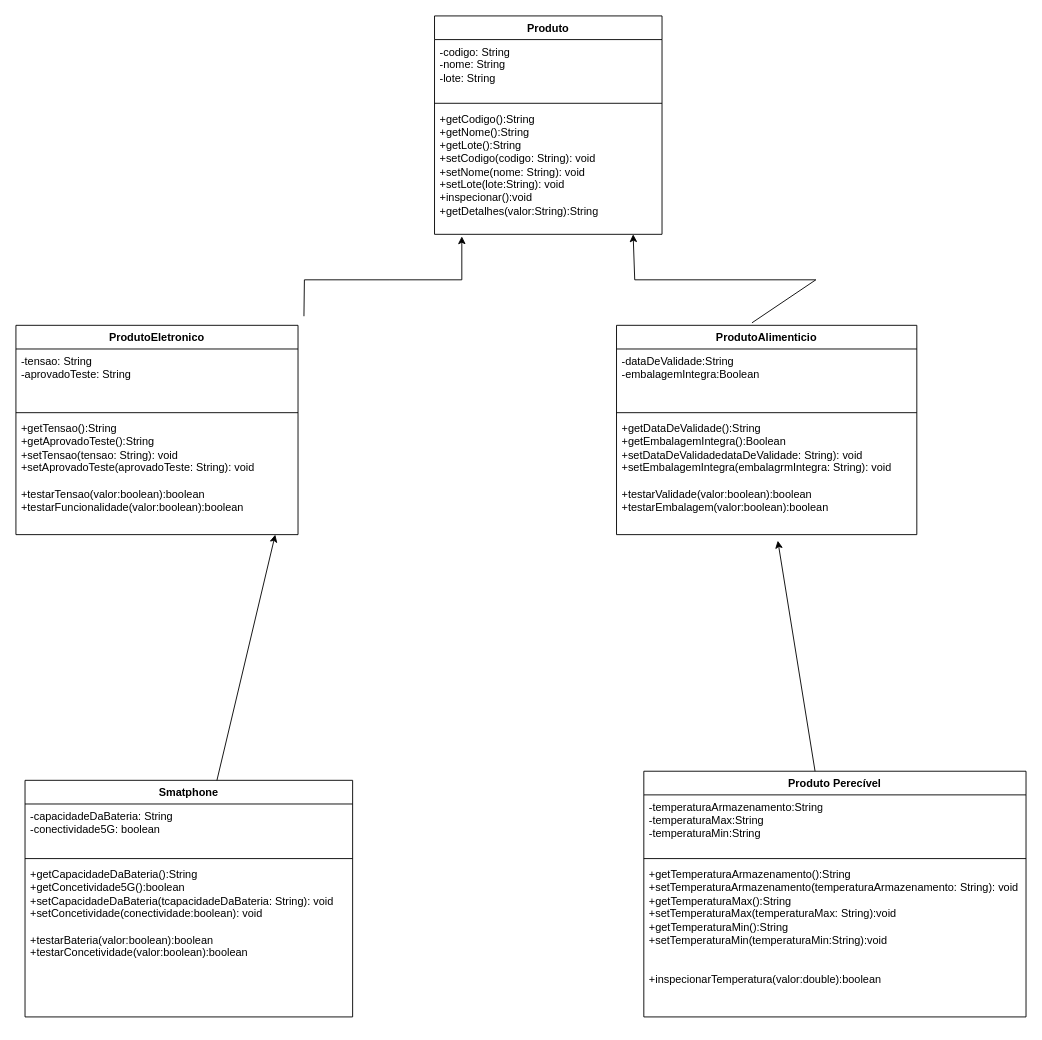
This is Projeto/Diagrama grupo 3.drawio from TatianaGSilva7/sistema-de-controle-de-qualidade-de-producao, a draw.io file, before an edit. Source tidied: cells renumbered, new cells numbered last; positions are measured from the earlier drawing's top-left corner, leaving out a move shared by most shapes. Both pictures are drawn from the tidied source at 91%, with x=0, y=0 at pixel (15, 15).
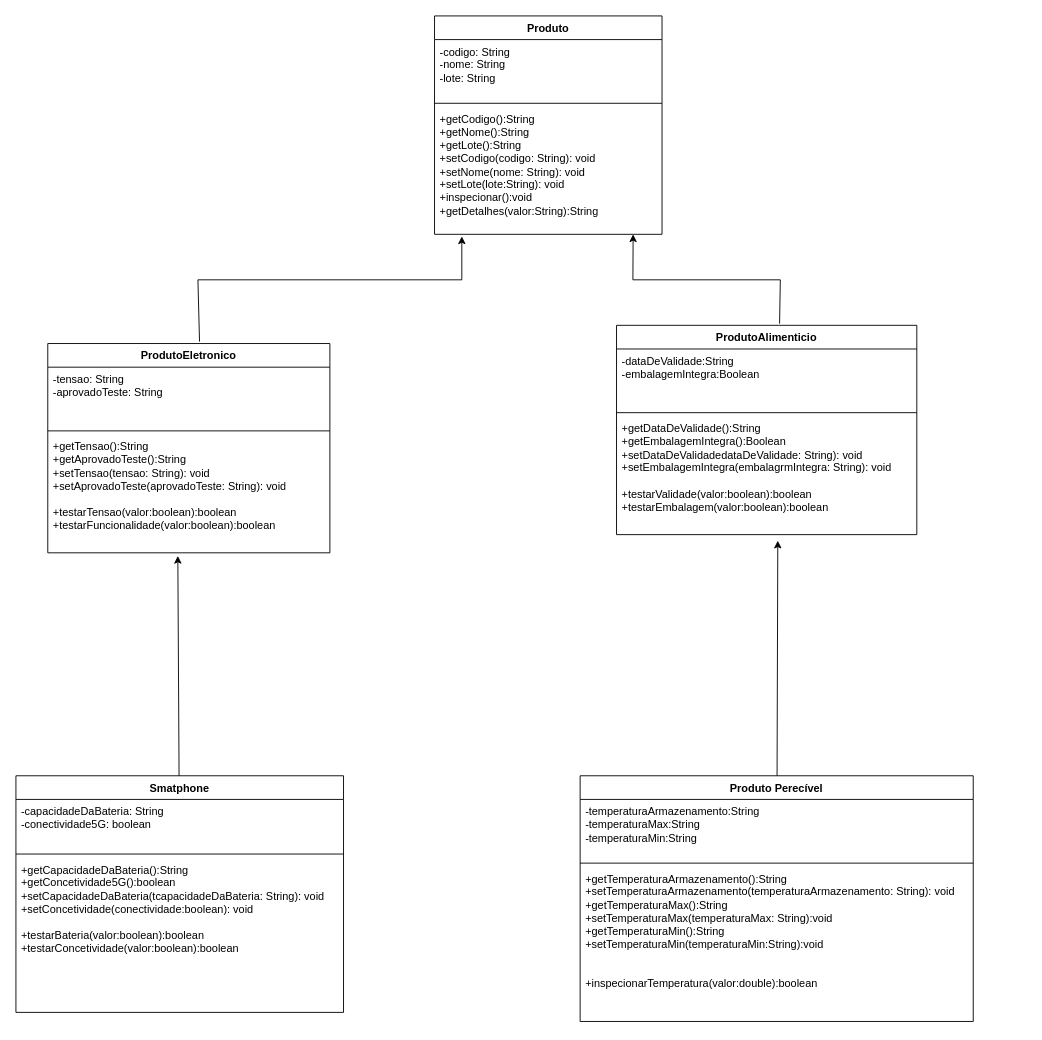
The same page after the edit.

Commit message:
Atualizada a UML

Unchanged cells that the change refers to:
```xml
<mxCell id="5" value="+getCodigo():String&lt;div&gt;+getNome():String&lt;/div&gt;&lt;div&gt;+getLote():String&lt;/div&gt;&lt;div&gt;+setCodigo(codigo: String): void&lt;/div&gt;&lt;div&gt;+setNome(nome: String): void&lt;/div&gt;&lt;div&gt;+setLote(lote:String): void&lt;/div&gt;&lt;div&gt;+inspecionar():void&lt;/div&gt;&lt;div&gt;&lt;span style=&quot;background-color: transparent; color: light-dark(rgb(0, 0, 0), rgb(255, 255, 255));&quot;&gt;+getDetalhes(valor:String):String&lt;/span&gt;&lt;/div&gt;&lt;div&gt;&lt;br&gt;&lt;/div&gt;" style="text;strokeColor=none;fillColor=none;align=left;verticalAlign=top;spacingLeft=4;spacingRight=4;overflow=hidden;points=[[0,0.5],[1,0.5]];portConstraint=eastwest;whiteSpace=wrap;html=1;" parent="2" vertex="1">
  <mxGeometry y="100" width="250" height="140" as="geometry" />
</mxCell>
<mxCell id="9" value="+getTensao():String&lt;div&gt;+getAprovadoTeste():String&lt;/div&gt;&lt;div&gt;&lt;span style=&quot;background-color: transparent; color: light-dark(rgb(0, 0, 0), rgb(255, 255, 255));&quot;&gt;+setTensao(tensao: String): void&lt;/span&gt;&lt;/div&gt;&lt;div&gt;&lt;div&gt;&lt;span style=&quot;background-color: transparent; color: light-dark(rgb(0, 0, 0), rgb(255, 255, 255));&quot;&gt;+setAprovadoTeste(aprovadoTeste: String): void&lt;/span&gt;&lt;/div&gt;&lt;div&gt;&lt;br&gt;&lt;/div&gt;&lt;/div&gt;&lt;div&gt;+testarTensao(valor:boolean):boolean&lt;/div&gt;&lt;div&gt;+testarFuncionalidade(valor:boolean):boolean&lt;/div&gt;&lt;div&gt;&lt;br&gt;&lt;/div&gt;&lt;div&gt;&lt;br&gt;&lt;/div&gt;" style="text;strokeColor=none;fillColor=none;align=left;verticalAlign=top;spacingLeft=4;spacingRight=4;overflow=hidden;points=[[0,0.5],[1,0.5]];portConstraint=eastwest;whiteSpace=wrap;html=1;" parent="6" vertex="1">
  <mxGeometry y="100" width="310" height="130" as="geometry" />
</mxCell>
<mxCell id="10" value="ProdutoAlimenticio" style="swimlane;fontStyle=1;align=center;verticalAlign=top;horizontal=1;startSize=26;whiteSpace=wrap;html=1;" parent="1" vertex="1">
  <mxGeometry x="660" y="340" width="330" height="230" as="geometry" />
</mxCell>
```

What changed in the source:
```diff
@@
     <mxCell id="6" value="ProdutoEletronico" style="swimlane;fontStyle=1;align=center;verticalAlign=top;horizontal=1;startSize=26;whiteSpace=wrap;html=1;" parent="1" vertex="1">
-      <mxGeometry y="340" width="310" height="230" as="geometry" />
+      <mxGeometry x="35" y="360" width="310" height="230" as="geometry" />
     </mxCell>
@@
-    <mxCell id="14" style="endArrow=classic;html=1;rounded=0;exitX=0.466;exitY=-0.016;exitDx=0;exitDy=0;exitPerimeter=0;entryX=0.12;entryY=1.016;entryDx=0;entryDy=0;entryPerimeter=0;" parent="1" edge="1" target="5">
+    <mxCell id="14" style="endArrow=classic;html=1;rounded=0;exitX=0.538;exitY=-0.009;exitDx=0;exitDy=0;entryX=0.12;entryY=1.016;entryDx=0;entryDy=0;entryPerimeter=0;exitPerimeter=0;" parent="1" edge="1" source="6" target="5">
       <mxGeometry relative="1" as="geometry">
-        <mxPoint x="316.5" y="330" as="sourcePoint" />
         <Array as="points">
-          <mxPoint x="317" y="290" />
+          <mxPoint x="200" y="290" />
           <mxPoint x="410" y="290" />
           <mxPoint x="490" y="290" />
         </Array>
       </mxGeometry>
     </mxCell>
-    <mxCell id="15" style="endArrow=classic;html=1;rounded=0;exitX=0.451;exitY=-0.012;exitDx=0;exitDy=0;exitPerimeter=0;entryX=0.873;entryY=1;entryDx=0;entryDy=0;entryPerimeter=0;" parent="1" edge="1" source="10" target="5">
+    <mxCell id="15" style="endArrow=classic;html=1;rounded=0;exitX=0.543;exitY=-0.008;exitDx=0;exitDy=0;exitPerimeter=0;entryX=0.873;entryY=1;entryDx=0;entryDy=0;entryPerimeter=0;" parent="1" edge="1" source="10" target="5">
       <mxGeometry relative="1" as="geometry">
         <Array as="points">
-          <mxPoint x="879" y="290" />
-          <mxPoint x="680" y="290" />
+          <mxPoint x="840" y="290" />
+          <mxPoint x="810" y="290" />
+          <mxPoint x="678" y="290" />
         </Array>
       </mxGeometry>
     </mxCell>
     <mxCell id="16" value="Smatphone" style="swimlane;fontStyle=1;align=center;verticalAlign=top;horizontal=1;startSize=26;whiteSpace=wrap;html=1;" parent="1" vertex="1">
-      <mxGeometry x="10" y="840" width="360" height="260" as="geometry" />
+      <mxGeometry y="835" width="360" height="260" as="geometry" />
     </mxCell>
@@
     <mxCell id="20" value="Produto Perecível" style="swimlane;fontStyle=1;align=center;verticalAlign=top;horizontal=1;startSize=26;whiteSpace=wrap;html=1;" parent="1" vertex="1">
-      <mxGeometry x="690" y="830" width="420" height="270" as="geometry" />
+      <mxGeometry x="620" y="835" width="432" height="270" as="geometry" />
     </mxCell>
     <mxCell id="21" value="&lt;div&gt;-temperaturaArmazenamento:String&lt;/div&gt;&lt;div&gt;-temperaturaMax:String&lt;/div&gt;&lt;div&gt;-temperaturaMin:String&lt;/div&gt;" style="text;strokeColor=none;fillColor=none;align=left;verticalAlign=top;spacingLeft=4;spacingRight=4;overflow=hidden;whiteSpace=wrap;html=1;" parent="20" vertex="1">
-      <mxGeometry y="26" width="420" height="66" as="geometry" />
+      <mxGeometry y="26" width="432" height="66" as="geometry" />
     </mxCell>
     <mxCell id="22" style="line;strokeWidth=1;fillColor=none;align=left;verticalAlign=middle;spacingTop=-1;spacingLeft=3;spacingRight=3;labelPosition=right;strokeColor=inherit;" parent="20" vertex="1">
-      <mxGeometry y="92" width="420" height="8" as="geometry" />
+      <mxGeometry y="92" width="432" height="8" as="geometry" />
     </mxCell>
     <mxCell id="23" value="+getTemperaturaArmazenamento():String&lt;div&gt;&lt;span style=&quot;background-color: transparent; color: light-dark(rgb(0, 0, 0), rgb(255, 255, 255));&quot;&gt;+setTemperaturaArmazenamento(temperaturaArmazenamento: String): void&lt;/span&gt;&lt;/div&gt;&lt;div&gt;&lt;span style=&quot;background-color: transparent; color: light-dark(rgb(0, 0, 0), rgb(255, 255, 255));&quot;&gt;+getTemperaturaMax():String&lt;/span&gt;&lt;/div&gt;&lt;div&gt;&lt;span style=&quot;background-color: transparent; color: light-dark(rgb(0, 0, 0), rgb(255, 255, 255));&quot;&gt;+setTemperaturaMax(temperaturaMax: String):void&lt;/span&gt;&lt;/div&gt;&lt;div&gt;&lt;span style=&quot;background-color: transparent; color: light-dark(rgb(0, 0, 0), rgb(255, 255, 255));&quot;&gt;+getTemperaturaMin():String&lt;/span&gt;&lt;/div&gt;&lt;div&gt;&lt;span style=&quot;background-color: transparent; color: light-dark(rgb(0, 0, 0), rgb(255, 255, 255));&quot;&gt;+setTemperaturaMin(temperaturaMin:String):void&lt;/span&gt;&lt;/div&gt;&lt;div&gt;&lt;div&gt;&lt;br&gt;&lt;/div&gt;&lt;div&gt;&lt;br&gt;&lt;/div&gt;&lt;/div&gt;&lt;div&gt;+inspecionarTemperatura(valor:double):boolean&lt;/div&gt;&lt;div&gt;&lt;br&gt;&lt;/div&gt;&lt;div&gt;&lt;br&gt;&lt;/div&gt;&lt;div&gt;&lt;br&gt;&lt;/div&gt;" style="text;strokeColor=none;fillColor=none;align=left;verticalAlign=top;spacingLeft=4;spacingRight=4;overflow=hidden;whiteSpace=wrap;html=1;" parent="20" vertex="1">
-      <mxGeometry y="100" width="420" height="170" as="geometry" />
+      <mxGeometry y="100" width="432" height="170" as="geometry" />
     </mxCell>
-    <mxCell id="24" style="edgeStyle=none;rounded=0;jettySize=auto;html=1;" parent="1" edge="1" source="16">
-      <mxGeometry relative="1" as="geometry">
-        <mxPoint x="285" y="570" as="targetPoint" />
-      </mxGeometry>
+    <mxCell id="24" style="edgeStyle=none;rounded=0;jettySize=auto;html=1;entryX=0.461;entryY=1.026;entryDx=0;entryDy=0;entryPerimeter=0;" parent="1" edge="1" source="16" target="9">
+      <mxGeometry relative="1" as="geometry" />
     </mxCell>
```
